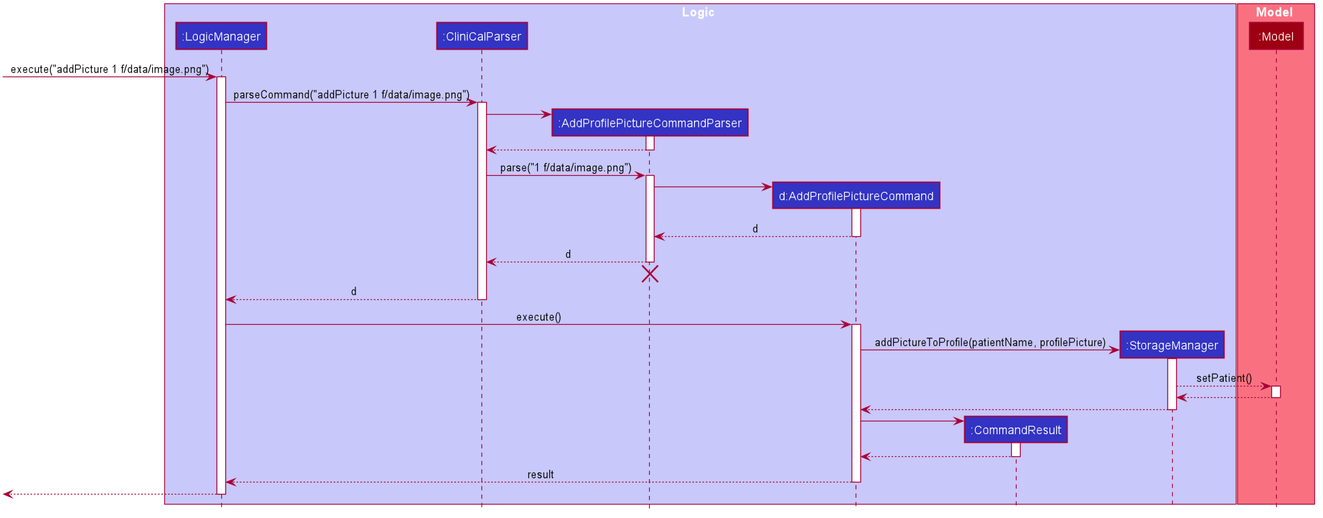
The PlantUML diagram docs/images/AddProfilePictureSequenceDiagram.png in nus-cs2103-AY2021S1/tp, before a commit.
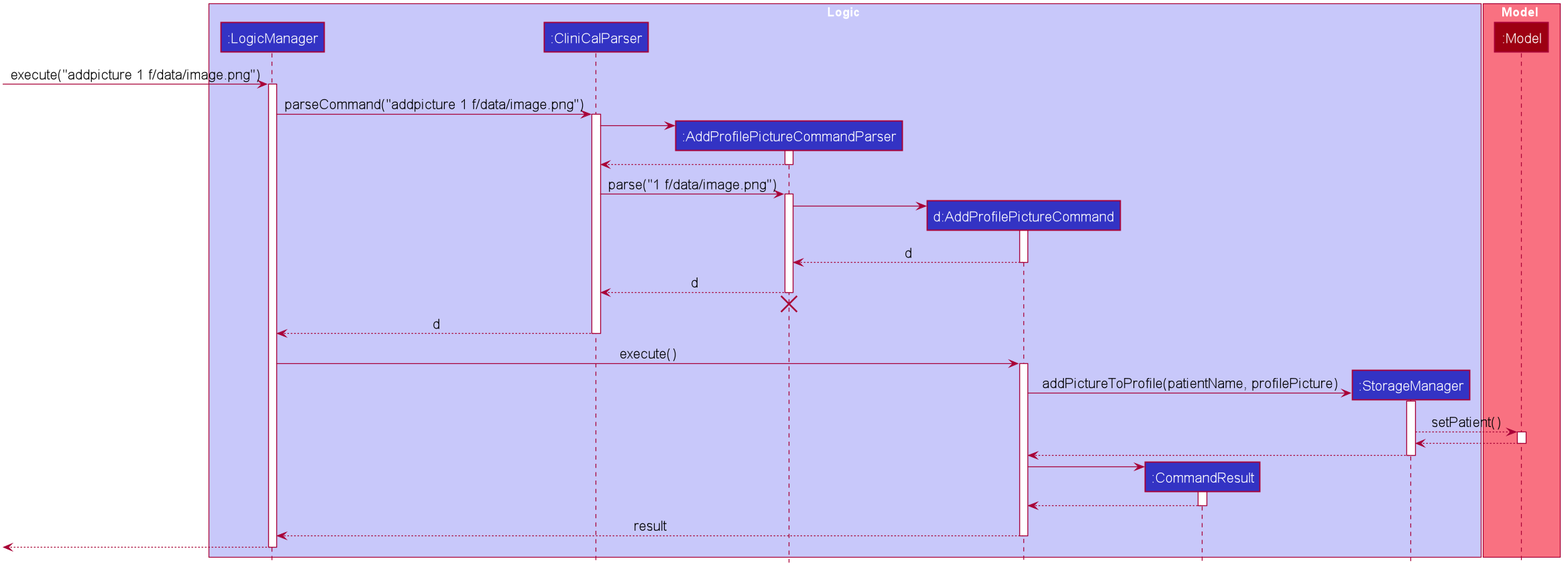
Above is the later version.

Diff of the diagram source:
```diff
@@ -1,4 +1,5 @@
 @startuml
+skinparam defaultFontSize 17
 
 
 
@@ -61,10 +62,10 @@
 participant ":Model" as Model #9D0012
 end box
 
-[-> LogicManager : execute("addPicture 1 f/data/image.png")
+[-> LogicManager : execute("addpicture 1 f/data/image.png")
 activate LogicManager
 
-LogicManager -> CliniCalParser : parseCommand("addPicture 1 f/data/image.png")
+LogicManager -> CliniCalParser : parseCommand("addpicture 1 f/data/image.png")
 activate CliniCalParser
 
 create AddProfilePictureCommandParser
```
